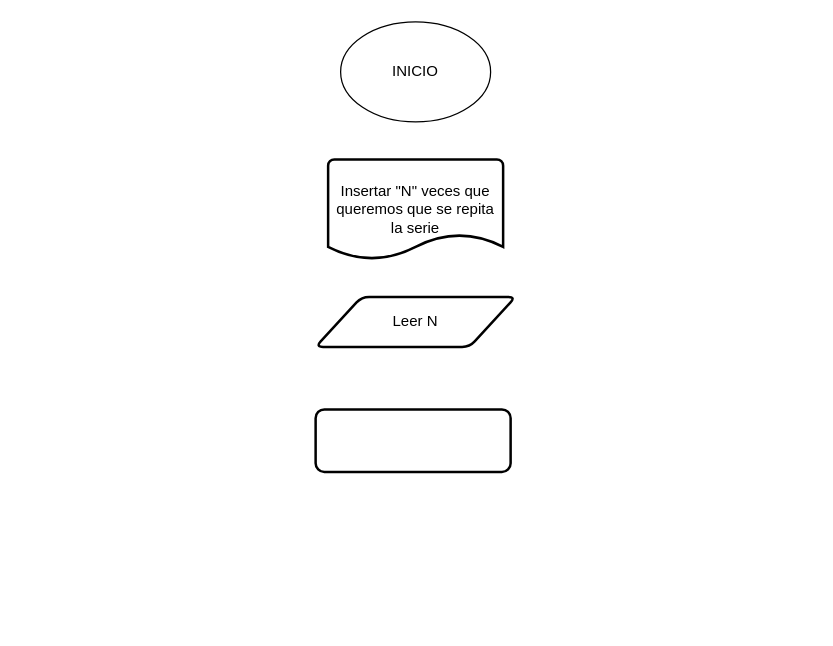
This is Fibonacci.drawio from alejandrorestrepoj/DiagramaFlujo, a draw.io file, before an edit. Source tidied: cells renumbered, new cells numbered last; positions are measured from the earlier drawing's top-left corner, leaving out a move shared by most shapes. Both pictures are drawn from the tidied source at 125%, with x=0, y=0 at pixel (315, 21).
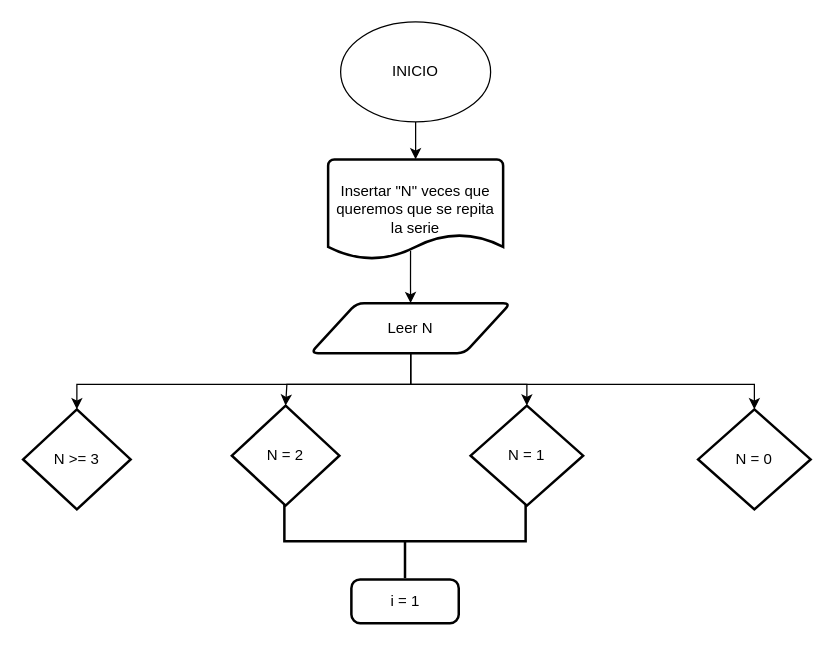
After the change.

Unchanged cells that the change refers to:
```xml
<mxCell id="2" value="INICIO" style="ellipse;whiteSpace=wrap;html=1;" parent="1" vertex="1">
  <mxGeometry x="20" width="120" height="80" as="geometry" />
</mxCell>
<mxCell id="3" value="Insertar &quot;N&quot; veces que queremos que se repita la serie" style="strokeWidth=2;html=1;shape=mxgraph.flowchart.document2;whiteSpace=wrap;size=0.25;" parent="1" vertex="1">
  <mxGeometry x="10" y="110" width="140" height="80" as="geometry" />
</mxCell>
```

The edit, as a diff of the source:
```diff
@@
+    <mxCell id="6" style="edgeStyle=orthogonalEdgeStyle;rounded=0;jettySize=auto;html=1;entryX=0.5;entryY=0;entryDx=0;entryDy=0;exitX=0.471;exitY=0.913;exitDx=0;exitDy=0;exitPerimeter=0;" parent="1" edge="1" source="3" target="4">
+      <mxGeometry relative="1" as="geometry" />
+    </mxCell>
@@
+    <mxCell id="7" style="edgeStyle=orthogonalEdgeStyle;rounded=0;jettySize=auto;html=1;entryX=0.5;entryY=0;entryDx=0;entryDy=0;entryPerimeter=0;" parent="1" edge="1" source="4" target="9">
+      <mxGeometry relative="1" as="geometry">
+        <Array as="points">
+          <mxPoint x="76" y="290" />
+          <mxPoint x="-23" y="290" />
+        </Array>
+      </mxGeometry>
+    </mxCell>
     <mxCell id="4" value="Leer N" style="shape=parallelogram;html=1;strokeWidth=2;perimeter=parallelogramPerimeter;whiteSpace=wrap;rounded=1;arcSize=12;size=0.23;" parent="1" vertex="1">
-      <mxGeometry y="220" width="160" height="40" as="geometry" />
+      <mxGeometry x="-4" y="225" width="160" height="40" as="geometry" />
     </mxCell>
-    <mxCell id="5" style="rounded=1;whiteSpace=wrap;html=1;absoluteArcSize=1;arcSize=14;strokeWidth=2;" parent="1" vertex="1">
-      <mxGeometry y="310" width="156" height="50" as="geometry" />
-    </mxCell>
+    <mxCell id="8" value="N &amp;gt;= 3" style="strokeWidth=2;html=1;shape=mxgraph.flowchart.decision;whiteSpace=wrap;" parent="1" vertex="1">
+      <mxGeometry x="-234" y="310" width="86" height="80" as="geometry" />
+    </mxCell>
+    <mxCell id="9" value="N = 2" style="strokeWidth=2;html=1;shape=mxgraph.flowchart.decision;whiteSpace=wrap;" parent="1" vertex="1">
+      <mxGeometry x="-67" y="307" width="86" height="80" as="geometry" />
+    </mxCell>
+    <mxCell id="10" value="N = 1" style="strokeWidth=2;html=1;shape=mxgraph.flowchart.decision;whiteSpace=wrap;" parent="1" vertex="1">
+      <mxGeometry x="124" y="307" width="90" height="80" as="geometry" />
+    </mxCell>
+    <mxCell id="11" value="N = 0" style="strokeWidth=2;html=1;shape=mxgraph.flowchart.decision;whiteSpace=wrap;" parent="1" vertex="1">
+      <mxGeometry x="306" y="310" width="90" height="80" as="geometry" />
+    </mxCell>
+    <mxCell id="12" style="strokeWidth=2;html=1;shape=mxgraph.flowchart.annotation_2;align=left;labelPosition=right;rotation=-90;" parent="1" vertex="1">
+      <mxGeometry x="42" y="319" width="59" height="193" as="geometry" />
+    </mxCell>
+    <mxCell id="13" value="i = 1" style="rounded=1;whiteSpace=wrap;html=1;absoluteArcSize=1;arcSize=14;strokeWidth=2;" parent="1" vertex="1">
+      <mxGeometry x="28.6" y="446" width="85.9" height="35" as="geometry" />
+    </mxCell>
+    <mxCell id="14" style="edgeStyle=orthogonalEdgeStyle;rounded=0;jettySize=auto;html=1;entryX=0.5;entryY=0;entryDx=0;entryDy=0;entryPerimeter=0;" parent="1" edge="1" source="2" target="3">
+      <mxGeometry relative="1" as="geometry" />
+    </mxCell>
+    <mxCell id="15" style="edgeStyle=orthogonalEdgeStyle;rounded=0;jettySize=auto;html=1;entryX=0.5;entryY=0;entryDx=0;entryDy=0;entryPerimeter=0;" parent="1" edge="1" source="4" target="10">
+      <mxGeometry relative="1" as="geometry">
+        <Array as="points">
+          <mxPoint x="76" y="290" />
+          <mxPoint x="169" y="290" />
+        </Array>
+      </mxGeometry>
+    </mxCell>
+    <mxCell id="16" style="edgeStyle=orthogonalEdgeStyle;rounded=0;jettySize=auto;html=1;entryX=0.5;entryY=0;entryDx=0;entryDy=0;entryPerimeter=0;" parent="1" edge="1" source="4" target="8">
+      <mxGeometry relative="1" as="geometry">
+        <Array as="points">
+          <mxPoint x="76" y="290" />
+          <mxPoint x="-191" y="290" />
+        </Array>
+      </mxGeometry>
+    </mxCell>
+    <mxCell id="17" style="edgeStyle=orthogonalEdgeStyle;rounded=0;jettySize=auto;html=1;entryX=0.5;entryY=0;entryDx=0;entryDy=0;entryPerimeter=0;" parent="1" edge="1" source="4" target="11">
+      <mxGeometry relative="1" as="geometry">
+        <Array as="points">
+          <mxPoint x="76" y="290" />
+          <mxPoint x="351" y="290" />
+        </Array>
+      </mxGeometry>
+    </mxCell>
```
